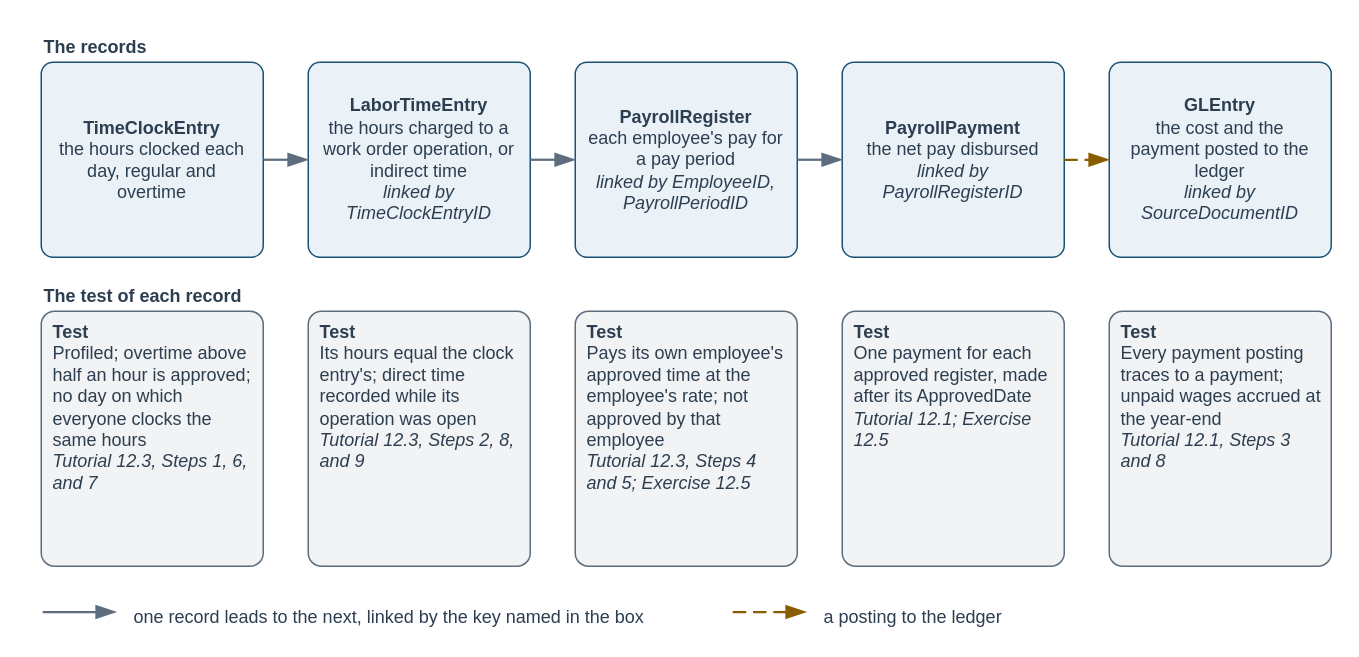
mmcodesso/Accounting_Analytics_Book keeps this draw.io diagram as visuals/src/fig-12-07-labor-record-chain.drawio. Above is the earlier version. Source tidied: cells renumbered, new cells numbered last; positions are measured from the earlier drawing's top-left corner, leaving out a move shared by most shapes. Both pictures are drawn from the tidied source at 150%, with x=0, y=0 at pixel (40, 26).
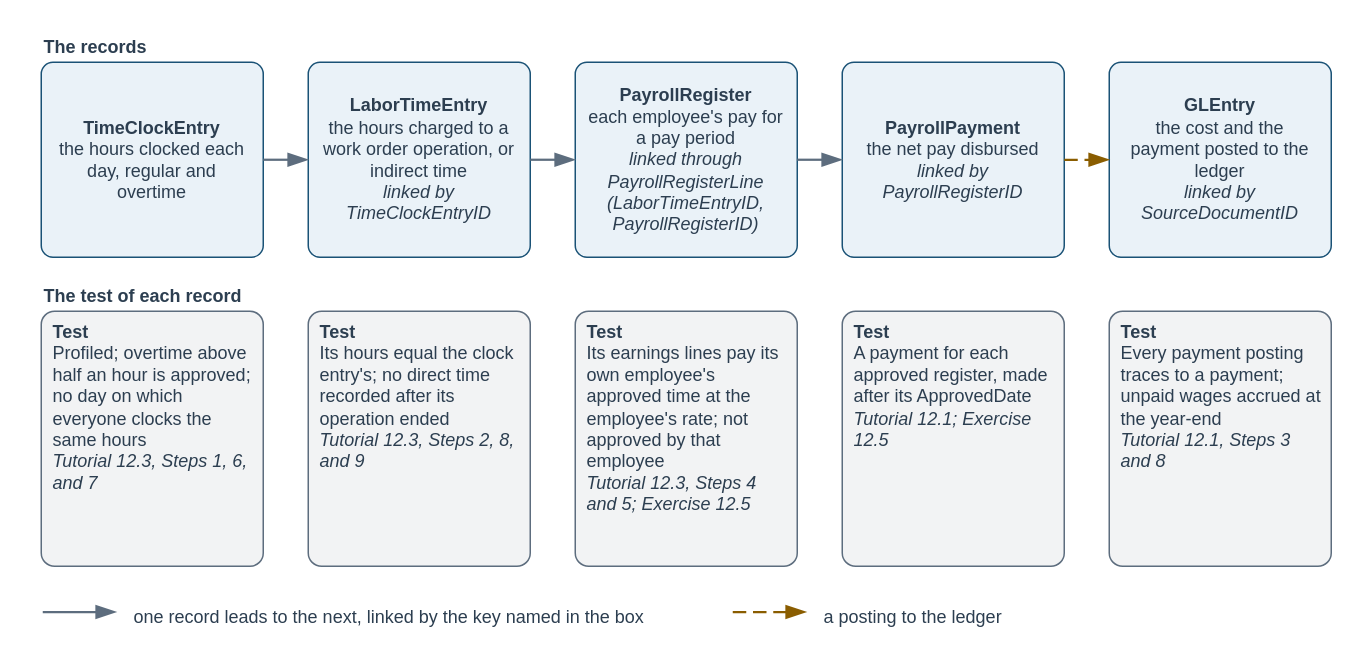
Above is the later version.

Diff of the diagram source:
```diff
@@
-    <mxCell id="6" value="&lt;b&gt;Test&lt;/b&gt;&lt;br&gt;Its hours equal the clock entry's; direct time recorded while its operation was open&lt;br&gt;&lt;i&gt;Tutorial 12.3, Steps 2, 8, and 9&lt;/i&gt;" style="rounded=1;arcSize=6;whiteSpace=wrap;html=1;fillColor=#F2F3F4;strokeColor=#5D6D7E;strokeWidth=1;fontColor=#2C3E50;fontSize=12;fontStyle=0;align=left;verticalAlign=top;fontFamily=Helvetica;spacingLeft=6;spacingRight=6;" parent="1" vertex="1">
+    <mxCell id="6" value="&lt;b&gt;Test&lt;/b&gt;&lt;br&gt;Its hours equal the clock entry's; no direct time recorded after its operation ended&lt;br&gt;&lt;i&gt;Tutorial 12.3, Steps 2, 8, and 9&lt;/i&gt;" style="rounded=1;arcSize=6;whiteSpace=wrap;html=1;fillColor=#F2F3F4;strokeColor=#5D6D7E;strokeWidth=1;fontColor=#2C3E50;fontSize=12;fontStyle=0;align=left;verticalAlign=top;fontFamily=Helvetica;spacingLeft=6;spacingRight=6;" parent="1" vertex="1">
       <mxGeometry x="178" y="190" width="148" height="170" as="geometry" />
     </mxCell>
-    <mxCell id="7" value="&lt;b&gt;PayrollRegister&lt;/b&gt;&lt;br&gt;each employee's pay for a pay period&lt;br&gt;&lt;i&gt;linked by EmployeeID, PayrollPeriodID&lt;/i&gt;" style="rounded=1;arcSize=6;whiteSpace=wrap;html=1;fillColor=#EAF2F8;strokeColor=#1A5276;strokeWidth=1;fontColor=#2C3E50;fontSize=12;fontStyle=0;align=center;verticalAlign=middle;fontFamily=Helvetica;spacingLeft=6;spacingRight=6;" parent="1" vertex="1">
+    <mxCell id="7" value="&lt;b&gt;PayrollRegister&lt;/b&gt;&lt;br&gt;each employee's pay for a pay period&lt;br&gt;&lt;i&gt;linked through PayrollRegisterLine (LaborTimeEntryID, PayrollRegisterID)&lt;/i&gt;" style="rounded=1;arcSize=6;whiteSpace=wrap;html=1;fillColor=#EAF2F8;strokeColor=#1A5276;strokeWidth=1;fontColor=#2C3E50;fontSize=12;fontStyle=0;align=center;verticalAlign=middle;fontFamily=Helvetica;spacingLeft=6;spacingRight=6;" parent="1" vertex="1">
       <mxGeometry x="356" y="24" width="148" height="130" as="geometry" />
     </mxCell>
-    <mxCell id="8" value="&lt;b&gt;Test&lt;/b&gt;&lt;br&gt;Pays its own employee's approved time at the employee's rate; not approved by that employee&lt;br&gt;&lt;i&gt;Tutorial 12.3, Steps 4 and 5; Exercise 12.5&lt;/i&gt;" style="rounded=1;arcSize=6;whiteSpace=wrap;html=1;fillColor=#F2F3F4;strokeColor=#5D6D7E;strokeWidth=1;fontColor=#2C3E50;fontSize=12;fontStyle=0;align=left;verticalAlign=top;fontFamily=Helvetica;spacingLeft=6;spacingRight=6;" parent="1" vertex="1">
+    <mxCell id="8" value="&lt;b&gt;Test&lt;/b&gt;&lt;br&gt;Its earnings lines pay its own employee's approved time at the employee's rate; not approved by that employee&lt;br&gt;&lt;i&gt;Tutorial 12.3, Steps 4 and 5; Exercise 12.5&lt;/i&gt;" style="rounded=1;arcSize=6;whiteSpace=wrap;html=1;fillColor=#F2F3F4;strokeColor=#5D6D7E;strokeWidth=1;fontColor=#2C3E50;fontSize=12;fontStyle=0;align=left;verticalAlign=top;fontFamily=Helvetica;spacingLeft=6;spacingRight=6;" parent="1" vertex="1">
       <mxGeometry x="356" y="190" width="148" height="170" as="geometry" />
     </mxCell>
@@
-    <mxCell id="10" value="&lt;b&gt;Test&lt;/b&gt;&lt;br&gt;One payment for each approved register, made after its ApprovedDate&lt;br&gt;&lt;i&gt;Tutorial 12.1; Exercise 12.5&lt;/i&gt;" style="rounded=1;arcSize=6;whiteSpace=wrap;html=1;fillColor=#F2F3F4;strokeColor=#5D6D7E;strokeWidth=1;fontColor=#2C3E50;fontSize=12;fontStyle=0;align=left;verticalAlign=top;fontFamily=Helvetica;spacingLeft=6;spacingRight=6;" parent="1" vertex="1">
+    <mxCell id="10" value="&lt;b&gt;Test&lt;/b&gt;&lt;br&gt;A payment for each approved register, made after its ApprovedDate&lt;br&gt;&lt;i&gt;Tutorial 12.1; Exercise 12.5&lt;/i&gt;" style="rounded=1;arcSize=6;whiteSpace=wrap;html=1;fillColor=#F2F3F4;strokeColor=#5D6D7E;strokeWidth=1;fontColor=#2C3E50;fontSize=12;fontStyle=0;align=left;verticalAlign=top;fontFamily=Helvetica;spacingLeft=6;spacingRight=6;" parent="1" vertex="1">
       <mxGeometry x="534" y="190" width="148" height="170" as="geometry" />
     </mxCell>
```
